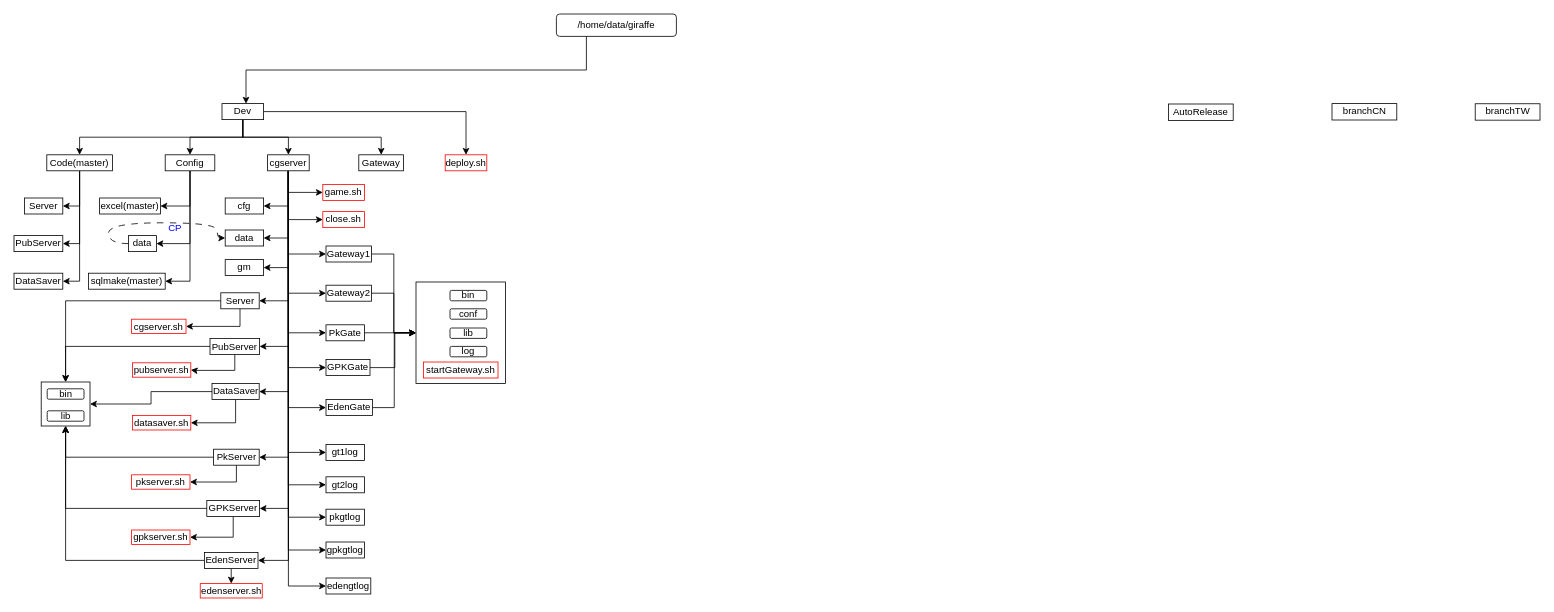
Earlier version of the draw.io diagram cgArch.drawio (xiaodongYao/DrawIO). Source tidied: cells renumbered, new cells numbered last; positions are measured from the earlier drawing's top-left corner, leaving out a move shared by most shapes. Both pictures are drawn from the tidied source at 80%, with x=0, y=0 at pixel (14, 14).
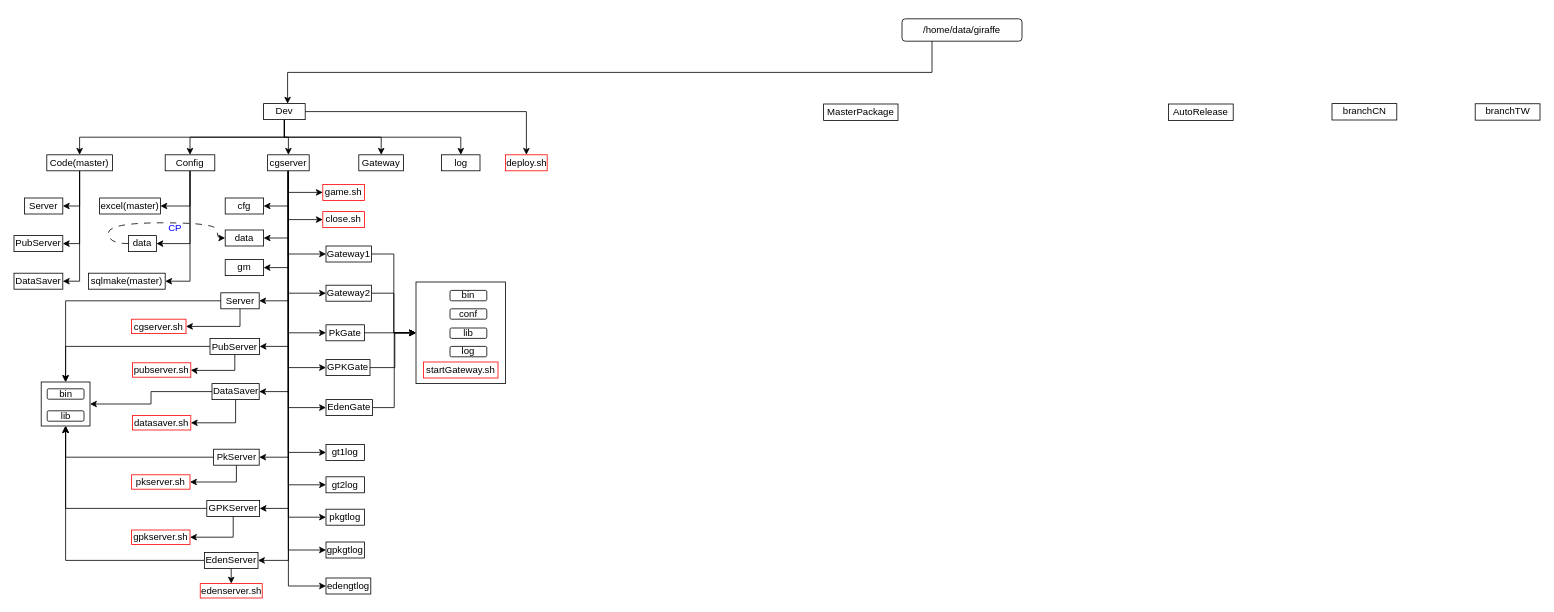
The same page after the edit.

Diff of the diagram source:
```diff
@@
     <mxCell id="2" value="/home/data/giraffe" style="rounded=1;whiteSpace=wrap;html=1;" parent="1" vertex="1">
-      <mxGeometry x="678" width="150" height="28" as="geometry" />
+      <mxGeometry x="1110" y="6" width="150" height="28" as="geometry" />
     </mxCell>
@@
+    <mxCell id="106" style="edgeStyle=orthogonalEdgeStyle;rounded=0;jettySize=auto;html=1;exitX=0.5;exitY=1;exitDx=0;exitDy=0;entryX=0.5;entryY=0;entryDx=0;entryDy=0;" parent="1" edge="1" source="8" target="107">
+      <mxGeometry relative="1" as="geometry" />
+    </mxCell>
     <mxCell id="8" value="Dev" style="rounded=0;whiteSpace=wrap;html=1;" parent="1" vertex="1">
-      <mxGeometry x="260" y="112" width="52" height="20" as="geometry" />
+      <mxGeometry x="312" y="112" width="52" height="20" as="geometry" />
     </mxCell>
@@
     <mxCell id="39" value="deploy.sh" style="rounded=0;whiteSpace=wrap;html=1;strokeColor=light-dark(#ff0000, #ededed);" parent="1" vertex="1">
-      <mxGeometry x="539" y="176" width="52" height="20" as="geometry" />
+      <mxGeometry x="614.5" y="176" width="52" height="20" as="geometry" />
     </mxCell>
@@
+    <mxCell id="107" value="log" style="rounded=0;whiteSpace=wrap;html=1;" parent="1" vertex="1">
+      <mxGeometry x="534.5" y="176" width="48" height="20" as="geometry" />
+    </mxCell>
+    <mxCell id="108" value="MasterPackage" style="rounded=0;whiteSpace=wrap;html=1;" parent="1" vertex="1">
+      <mxGeometry x="1012" y="112.5" width="93" height="20.5" as="geometry" />
+    </mxCell>
```
